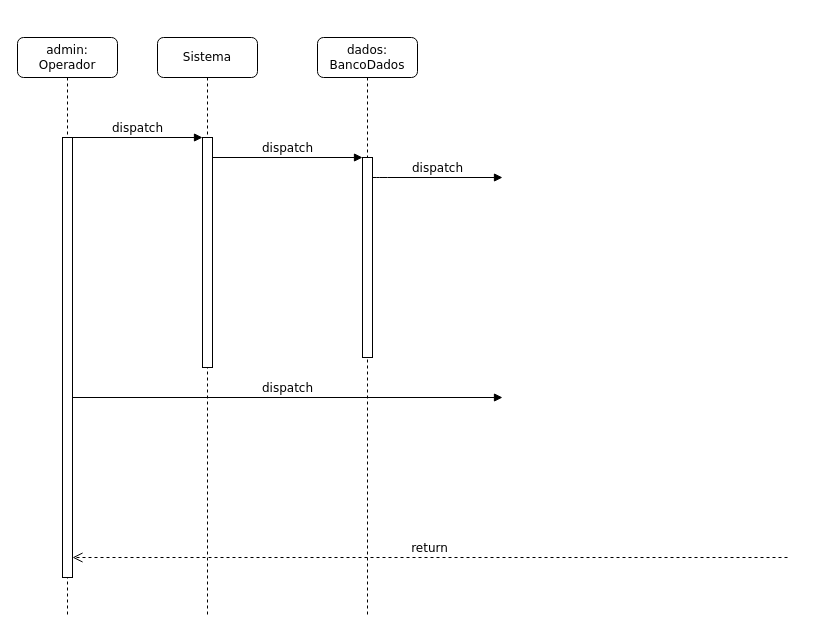
Above: page "criar Operador" (1 of 3) of diagrama de sequencia do sistema.drawio in LuizGustavoNascimeto/draw.io (draw.io), before the change. Source tidied: cells renumbered, new cells numbered last; positions are measured from the earlier drawing's top-left corner, leaving out a move shared by most shapes. Both pictures are drawn from the tidied source at 100%, with x=0, y=0 at pixel (17, 37).
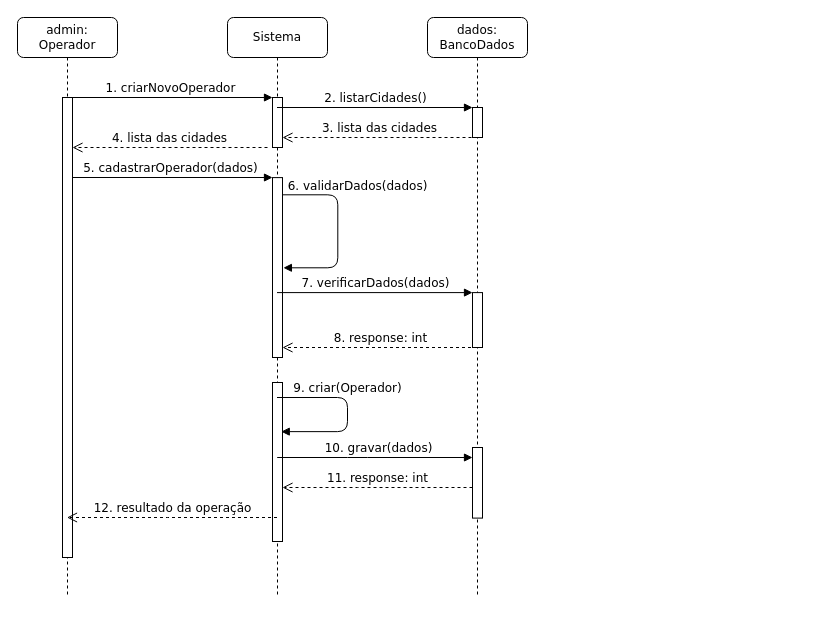
The same diagram, later.

The edit, as a diff of the source:
```diff
@@
+    <mxCell id="13" value="5. cadastrarOperador(dados)" style="html=1;verticalAlign=bottom;endArrow=block;entryX=0;entryY=0;labelBackgroundColor=none;fontFamily=Verdana;fontSize=12;edgeStyle=elbowEdgeStyle;elbow=vertical;" parent="1" edge="1" source="6" target="15">
+      <mxGeometry relative="1" as="geometry" />
+    </mxCell>
+    <mxCell id="6" value="admin: Operador" style="shape=umlLifeline;perimeter=lifelinePerimeter;whiteSpace=wrap;html=1;outlineConnect=0;rounded=1;shadow=0;comic=0;labelBackgroundColor=none;strokeWidth=1;fontFamily=Verdana;fontSize=12;align=center;" parent="1" vertex="1">
+      <mxGeometry y="-20" width="100" height="580" as="geometry" />
+    </mxCell>
+    <mxCell id="7" style="html=1;points=[];perimeter=orthogonalPerimeter;rounded=0;shadow=0;comic=0;labelBackgroundColor=none;strokeWidth=1;fontFamily=Verdana;fontSize=12;align=center;" parent="6" vertex="1">
+      <mxGeometry x="45" y="80" width="10" height="460" as="geometry" />
+    </mxCell>
+    <mxCell id="14" value="4. lista das cidades" style="html=1;verticalAlign=bottom;endArrow=open;dashed=1;endSize=8;labelBackgroundColor=none;fontFamily=Verdana;fontSize=12;edgeStyle=elbowEdgeStyle;elbow=vertical;" parent="6" edge="1">
+      <mxGeometry relative="1" as="geometry">
+        <mxPoint x="250" y="130" as="sourcePoint" />
+        <mxPoint x="55" y="130" as="targetPoint" />
+        <Array as="points">
+          <mxPoint x="110" y="130" />
+        </Array>
+      </mxGeometry>
+    </mxCell>
+    <mxCell id="11" value="&lt;div&gt;1. criarNovoOperador&lt;/div&gt;" style="html=1;verticalAlign=bottom;endArrow=block;entryX=0;entryY=0;labelBackgroundColor=none;fontFamily=Verdana;fontSize=12;edgeStyle=elbowEdgeStyle;elbow=vertical;" parent="1" edge="1" source="6" target="3">
+      <mxGeometry relative="1" as="geometry" />
+    </mxCell>
     <mxCell id="2" value="Sistema" style="shape=umlLifeline;perimeter=lifelinePerimeter;whiteSpace=wrap;html=1;outlineConnect=0;rounded=1;shadow=0;comic=0;labelBackgroundColor=none;strokeWidth=1;fontFamily=Verdana;fontSize=12;align=center;" parent="1" vertex="1">
-      <mxGeometry x="140" width="100" height="580" as="geometry" />
+      <mxGeometry x="210" y="-20" width="100" height="580" as="geometry" />
     </mxCell>
     <mxCell id="3" style="html=1;points=[];perimeter=orthogonalPerimeter;rounded=0;shadow=0;comic=0;labelBackgroundColor=none;strokeWidth=1;fontFamily=Verdana;fontSize=12;align=center;" parent="2" vertex="1">
-      <mxGeometry x="45" y="100" width="10" height="230" as="geometry" />
+      <mxGeometry x="45" y="80" width="10" height="50" as="geometry" />
     </mxCell>
+    <mxCell id="15" style="html=1;points=[];perimeter=orthogonalPerimeter;rounded=0;shadow=0;comic=0;labelBackgroundColor=none;strokeWidth=1;fontFamily=Verdana;fontSize=12;align=center;" parent="2" vertex="1">
+      <mxGeometry x="45" y="160.1" width="10" height="179.9" as="geometry" />
+    </mxCell>
+    <mxCell id="16" value="6. validarDados(dados)" style="html=1;verticalAlign=bottom;endArrow=block;labelBackgroundColor=none;fontFamily=Verdana;fontSize=12;edgeStyle=elbowEdgeStyle;elbow=horizontal;exitX=0.971;exitY=0.101;exitDx=0;exitDy=0;exitPerimeter=0;entryX=1.06;entryY=0.531;entryDx=0;entryDy=0;entryPerimeter=0;" parent="2" edge="1">
+      <mxGeometry x="-0.39" y="20" relative="1" as="geometry">
+        <mxPoint x="55" y="177.3" as="sourcePoint" />
+        <mxPoint x="55.9" y="250.3" as="targetPoint" />
+        <Array as="points">
+          <mxPoint x="110.3" y="250" />
+        </Array>
+      </mxGeometry>
+    </mxCell>
+    <mxCell id="17" value="3. lista das cidades" style="html=1;verticalAlign=bottom;endArrow=open;dashed=1;endSize=8;labelBackgroundColor=none;fontFamily=Verdana;fontSize=12;edgeStyle=elbowEdgeStyle;elbow=vertical;" parent="2" edge="1">
+      <mxGeometry relative="1" as="geometry">
+        <mxPoint x="250" y="120" as="sourcePoint" />
+        <mxPoint x="55" y="120" as="targetPoint" />
+        <Array as="points">
+          <mxPoint x="110" y="120" />
+        </Array>
+      </mxGeometry>
+    </mxCell>
+    <mxCell id="18" style="html=1;points=[];perimeter=orthogonalPerimeter;rounded=0;shadow=0;comic=0;labelBackgroundColor=none;strokeWidth=1;fontFamily=Verdana;fontSize=12;align=center;" parent="2" vertex="1">
+      <mxGeometry x="45" y="365" width="10" height="159" as="geometry" />
+    </mxCell>
+    <mxCell id="19" value="9. criar(Operador)" style="html=1;verticalAlign=bottom;endArrow=block;entryX=0.876;entryY=0.309;labelBackgroundColor=none;fontFamily=Verdana;fontSize=12;edgeStyle=elbowEdgeStyle;elbow=horizontal;entryDx=0;entryDy=0;entryPerimeter=0;" parent="2" edge="1" source="2" target="18">
+      <mxGeometry x="-0.18" relative="1" as="geometry">
+        <Array as="points">
+          <mxPoint x="120" y="380" />
+        </Array>
+      </mxGeometry>
+    </mxCell>
+    <mxCell id="20" value="11. response: int" style="html=1;verticalAlign=bottom;endArrow=open;dashed=1;endSize=8;labelBackgroundColor=none;fontFamily=Verdana;fontSize=12;edgeStyle=elbowEdgeStyle;elbow=vertical;" parent="2" edge="1">
+      <mxGeometry relative="1" as="geometry">
+        <mxPoint x="245" y="470" as="sourcePoint" />
+        <mxPoint x="55" y="470" as="targetPoint" />
+        <Array as="points">
+          <mxPoint x="140" y="470" />
+        </Array>
+      </mxGeometry>
+    </mxCell>
+    <mxCell id="21" value="8. response: int" style="html=1;verticalAlign=bottom;endArrow=open;dashed=1;endSize=8;labelBackgroundColor=none;fontFamily=Verdana;fontSize=12;edgeStyle=elbowEdgeStyle;elbow=horizontal;" parent="1" edge="1" source="4" target="15">
+      <mxGeometry relative="1" as="geometry">
+        <Array as="points">
+          <mxPoint x="320" y="310" />
+        </Array>
+      </mxGeometry>
+    </mxCell>
     <mxCell id="4" value="dados: BancoDados" style="shape=umlLifeline;perimeter=lifelinePerimeter;whiteSpace=wrap;html=1;outlineConnect=0;rounded=1;shadow=0;comic=0;labelBackgroundColor=none;strokeWidth=1;fontFamily=Verdana;fontSize=12;align=center;" parent="1" vertex="1">
-      <mxGeometry x="300" width="100" height="580" as="geometry" />
+      <mxGeometry x="410" y="-20" width="100" height="580" as="geometry" />
     </mxCell>
-    <mxCell id="5" style="html=1;points=[];perimeter=orthogonalPerimeter;rounded=0;shadow=0;comic=0;labelBackgroundColor=none;strokeWidth=1;fontFamily=Verdana;fontSize=12;align=center;" parent="4" vertex="1">
-      <mxGeometry x="45" y="120" width="10" height="200" as="geometry" />
-    </mxCell>
-    <mxCell id="6" value="admin: Operador" style="shape=umlLifeline;perimeter=lifelinePerimeter;whiteSpace=wrap;html=1;outlineConnect=0;rounded=1;shadow=0;comic=0;labelBackgroundColor=none;strokeWidth=1;fontFamily=Verdana;fontSize=12;align=center;" parent="1" vertex="1">
-      <mxGeometry width="100" height="580" as="geometry" />
-    </mxCell>
-    <mxCell id="7" style="html=1;points=[];perimeter=orthogonalPerimeter;rounded=0;shadow=0;comic=0;labelBackgroundColor=none;strokeWidth=1;fontFamily=Verdana;fontSize=12;align=center;" parent="6" vertex="1">
-      <mxGeometry x="45" y="100" width="10" height="440" as="geometry" />
-    </mxCell>
-    <mxCell id="8" value="dispatch" style="html=1;verticalAlign=bottom;endArrow=block;labelBackgroundColor=none;fontFamily=Verdana;fontSize=12;edgeStyle=elbowEdgeStyle;elbow=vertical;" parent="1" edge="1" source="5">
-      <mxGeometry relative="1" as="geometry">
-        <mxPoint x="485" y="140" as="targetPoint" />
-        <Array as="points">
-          <mxPoint x="360" y="140" />
-        </Array>
-      </mxGeometry>
-    </mxCell>
-    <mxCell id="9" value="dispatch" style="html=1;verticalAlign=bottom;endArrow=block;entryX=0;entryY=0;labelBackgroundColor=none;fontFamily=Verdana;fontSize=12;" parent="1" edge="1" source="7">
-      <mxGeometry relative="1" as="geometry">
-        <mxPoint x="485" y="360" as="targetPoint" />
-      </mxGeometry>
-    </mxCell>
-    <mxCell id="10" value="return" style="html=1;verticalAlign=bottom;endArrow=open;dashed=1;endSize=8;labelBackgroundColor=none;fontFamily=Verdana;fontSize=12;edgeStyle=elbowEdgeStyle;elbow=vertical;" parent="1" edge="1" target="7">
-      <mxGeometry relative="1" as="geometry">
-        <mxPoint x="770" y="520" as="sourcePoint" />
-      </mxGeometry>
-    </mxCell>
-    <mxCell id="11" value="dispatch" style="html=1;verticalAlign=bottom;endArrow=block;entryX=0;entryY=0;labelBackgroundColor=none;fontFamily=Verdana;fontSize=12;edgeStyle=elbowEdgeStyle;elbow=vertical;" parent="1" edge="1" source="7" target="3">
-      <mxGeometry relative="1" as="geometry" />
-    </mxCell>
-    <mxCell id="12" value="dispatch" style="html=1;verticalAlign=bottom;endArrow=block;entryX=0;entryY=0;labelBackgroundColor=none;fontFamily=Verdana;fontSize=12;edgeStyle=elbowEdgeStyle;elbow=vertical;" parent="1" edge="1" source="3" target="5">
-      <mxGeometry relative="1" as="geometry" />
-    </mxCell>
+    <mxCell id="22" style="html=1;points=[];perimeter=orthogonalPerimeter;rounded=0;shadow=0;comic=0;labelBackgroundColor=none;strokeWidth=1;fontFamily=Verdana;fontSize=12;align=center;" parent="4" vertex="1">
+      <mxGeometry x="45" y="275.1" width="10" height="54.9" as="geometry" />
+    </mxCell>
+    <mxCell id="23" style="html=1;perimeter=orthogonalPerimeter;rounded=0;shadow=0;comic=0;labelBackgroundColor=none;strokeWidth=1;fontFamily=Verdana;fontSize=12;align=center;" parent="4" vertex="1">
+      <mxGeometry x="45" y="430" width="10" height="70.6" as="geometry" />
+    </mxCell>
+    <mxCell id="24" style="html=1;points=[];perimeter=orthogonalPerimeter;rounded=0;shadow=0;comic=0;labelBackgroundColor=none;strokeWidth=1;fontFamily=Verdana;fontSize=12;align=center;" parent="4" vertex="1">
+      <mxGeometry x="45" y="90" width="10" height="30" as="geometry" />
+    </mxCell>
+    <mxCell id="25" value="7. verificarDados(dados)" style="html=1;verticalAlign=bottom;endArrow=block;entryX=0;entryY=0;labelBackgroundColor=none;fontFamily=Verdana;fontSize=12;edgeStyle=elbowEdgeStyle;elbow=horizontal;" parent="1" edge="1" source="2" target="22">
+      <mxGeometry relative="1" as="geometry">
+        <Array as="points">
+          <mxPoint x="270" y="260" />
+        </Array>
+      </mxGeometry>
+    </mxCell>
+    <mxCell id="26" value="12. resultado da operação" style="html=1;verticalAlign=bottom;endArrow=open;dashed=1;endSize=8;labelBackgroundColor=none;fontFamily=Verdana;fontSize=12;edgeStyle=elbowEdgeStyle;elbow=vertical;" parent="1" edge="1" source="2" target="6">
+      <mxGeometry relative="1" as="geometry">
+        <Array as="points">
+          <mxPoint x="160" y="480" />
+        </Array>
+      </mxGeometry>
+    </mxCell>
+    <mxCell id="27" value="&lt;div&gt;2. listarCidades()&lt;br&gt;&lt;/div&gt;" style="html=1;verticalAlign=bottom;endArrow=block;entryX=0;entryY=0;labelBackgroundColor=none;fontFamily=Verdana;fontSize=12;edgeStyle=elbowEdgeStyle;elbow=vertical;" parent="1" edge="1" source="2" target="24">
+      <mxGeometry relative="1" as="geometry" />
+    </mxCell>
+    <mxCell id="28" value="10. gravar(dados)" style="html=1;verticalAlign=bottom;endArrow=block;entryX=0;entryY=0;labelBackgroundColor=none;fontFamily=Verdana;fontSize=12;edgeStyle=elbowEdgeStyle;elbow=vertical;" parent="1" edge="1">
+      <mxGeometry x="0.03" relative="1" as="geometry">
+        <mxPoint x="259.7" y="420" as="sourcePoint" />
+        <mxPoint x="455" y="420" as="targetPoint" />
+        <Array as="points">
+          <mxPoint x="340" y="420" />
+        </Array>
+      </mxGeometry>
+    </mxCell>
```
